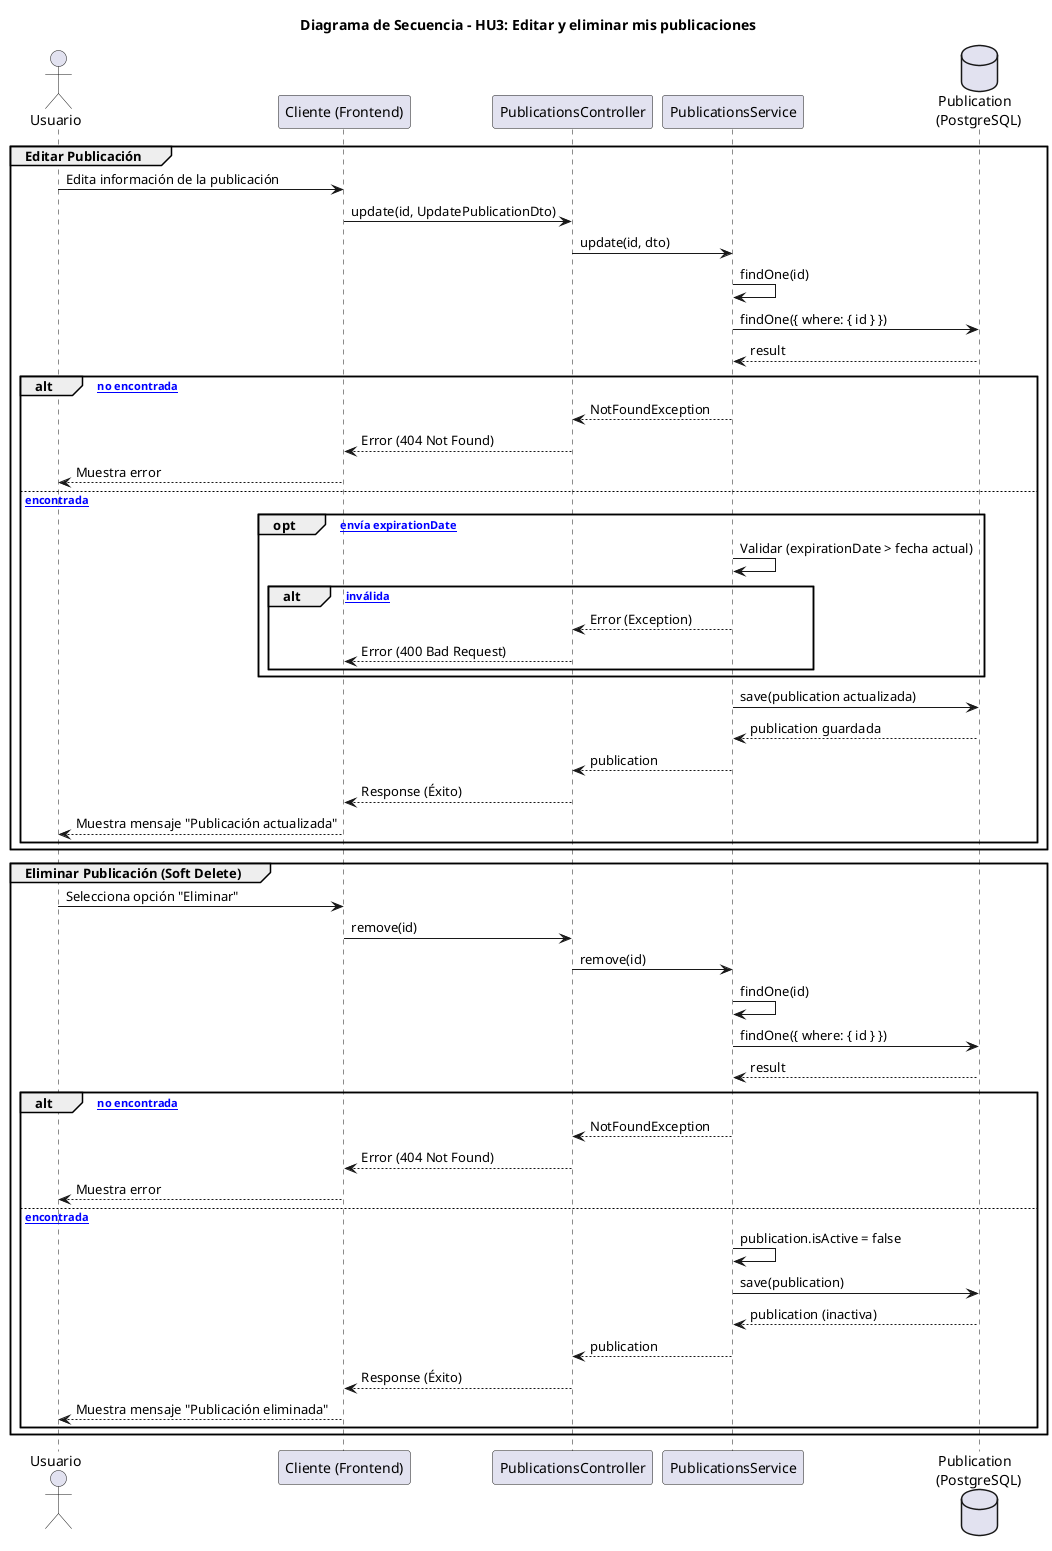
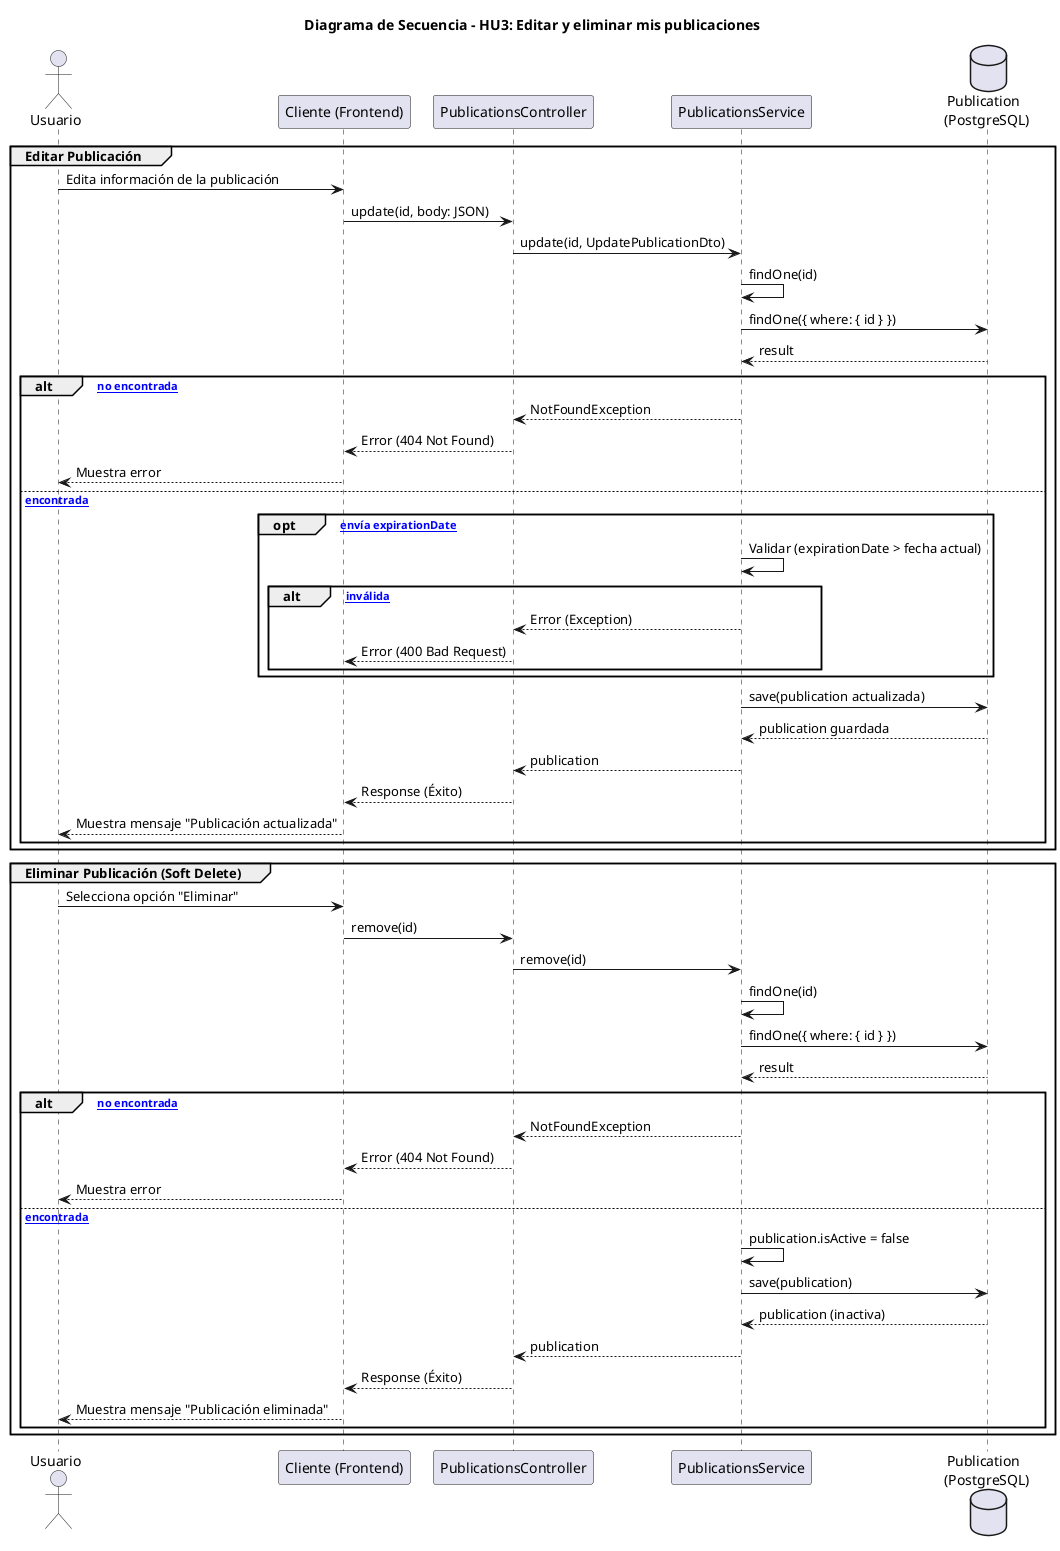
@startuml
title Diagrama de Secuencia - HU3: Editar y eliminar mis publicaciones

actor "Usuario" as User
participant "Cliente (Frontend)" as Client
participant "PublicationsController" as Controller
participant "PublicationsService" as Service
database "Publication \n (PostgreSQL)" as DB

group Editar Publicación
    User -> Client: Edita información de la publicación
-     Client -> Controller: update(id, UpdatePublicationDto)
-     Controller -> Service: update(id, dto)
+     Client -> Controller: update(id, body: JSON)
+     Controller -> Service: update(id, UpdatePublicationDto)

    Service -> Service: findOne(id)
    Service -> DB: findOne({ where: { id } })
    DB --> Service: result

    alt [Publicación no encontrada]
        Service --> Controller: NotFoundException
        Controller --> Client: Error (404 Not Found)
        Client --> User: Muestra error
    else [Publicación encontrada]
        opt [Se envía expirationDate]
            Service -> Service: Validar (expirationDate > fecha actual)
            alt [Fecha inválida]
                Service --> Controller: Error (Exception)
                Controller --> Client: Error (400 Bad Request)
            end
        end

        Service -> DB: save(publication actualizada)
        DB --> Service: publication guardada

        Service --> Controller: publication
        Controller --> Client: Response (Éxito)
        Client --> User: Muestra mensaje "Publicación actualizada"
    end
end

group Eliminar Publicación (Soft Delete)
    User -> Client: Selecciona opción "Eliminar"
    Client -> Controller: remove(id)
    Controller -> Service: remove(id)

    Service -> Service: findOne(id)
    Service -> DB: findOne({ where: { id } })
    DB --> Service: result

    alt [Publicación no encontrada]
        Service --> Controller: NotFoundException
        Controller --> Client: Error (404 Not Found)
        Client --> User: Muestra error
    else [Publicación encontrada]
        Service -> Service: publication.isActive = false
        Service -> DB: save(publication)
        DB --> Service: publication (inactiva)

        Service --> Controller: publication
        Controller --> Client: Response (Éxito)
        Client --> User: Muestra mensaje "Publicación eliminada"
    end
end

@enduml
